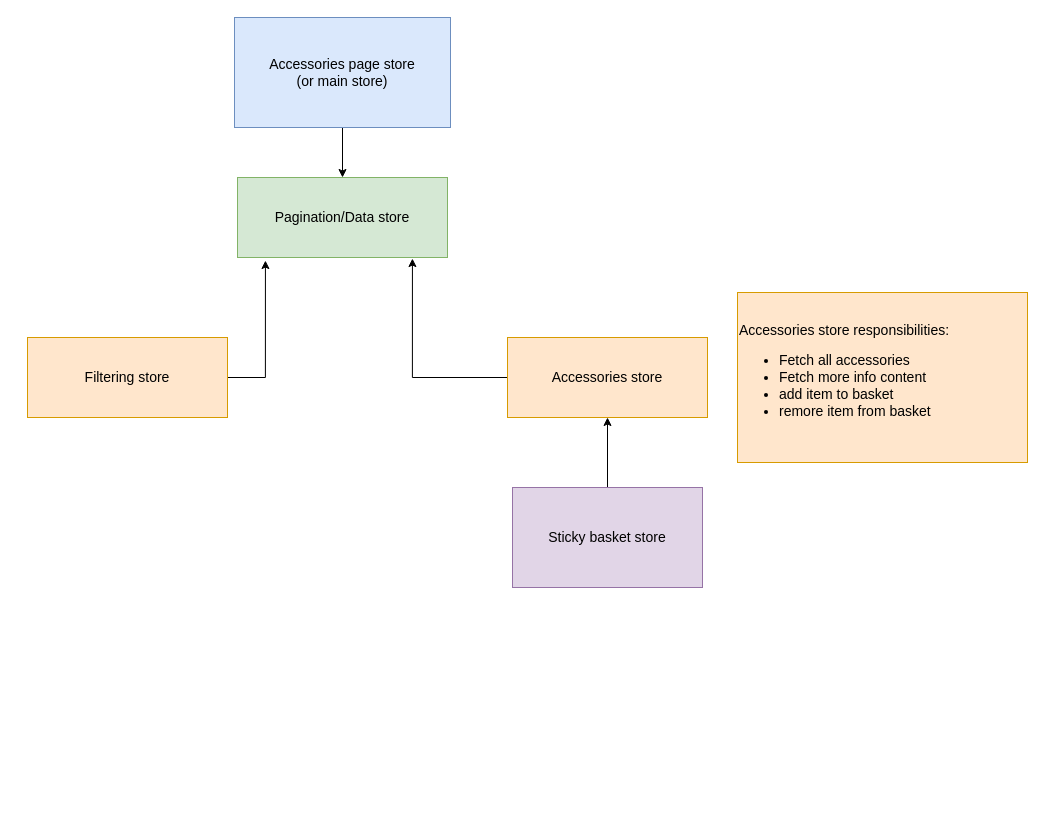
This is Untitled Diagram.drawio from silvanaweb/demo, a draw.io file, before an edit. Source tidied: cells renumbered, new cells numbered last; positions are measured from the earlier drawing's top-left corner, leaving out a move shared by most shapes. Both pictures are drawn from the tidied source at 100%, with x=0, y=0 at pixel (27, 17).
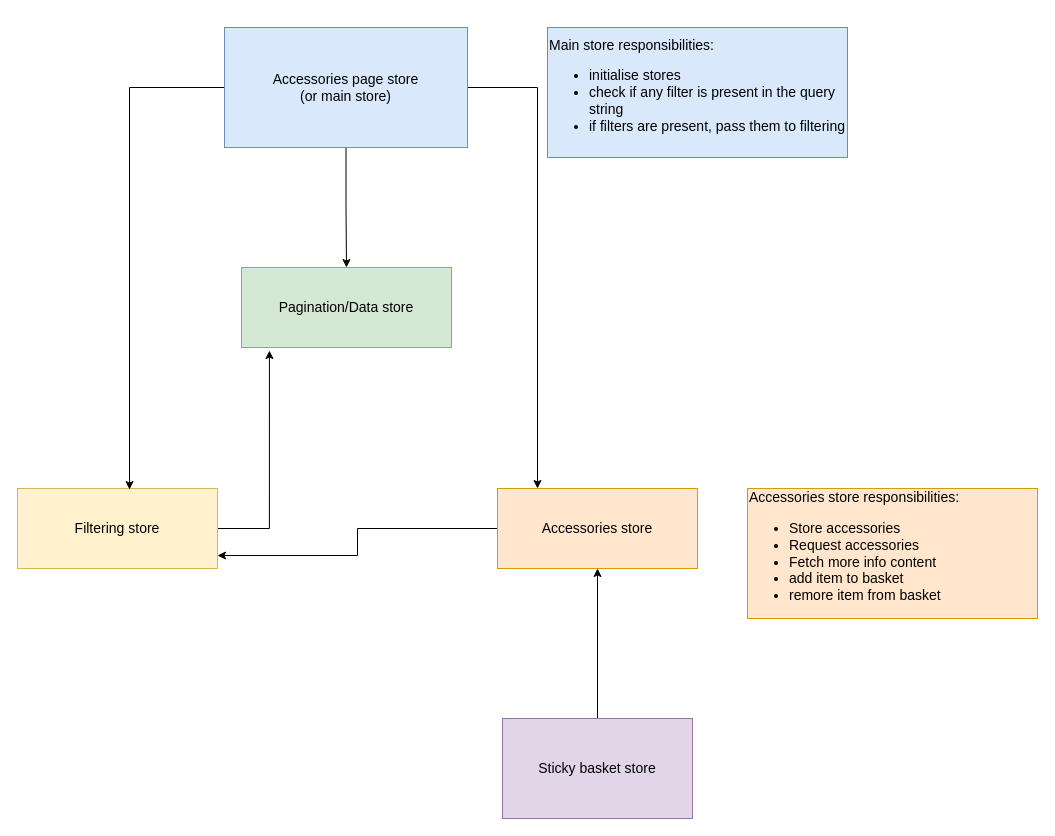
Above is the later version.

The edit, as a diff of the source:
```diff
@@
 <mxGraphModel>
   <root>
     <mxCell id="0" />
     <mxCell id="1" parent="0" />
     <mxCell id="2" value="Pagination/Data store" style="rounded=0;whiteSpace=wrap;html=1;fillColor=#d5e8d4;strokeColor=#82b366;fontSize=14;" parent="1" vertex="1">
-      <mxGeometry x="210" y="160" width="210" height="80" as="geometry" />
+      <mxGeometry x="214" y="250" width="210" height="80" as="geometry" />
     </mxCell>
     <mxCell id="3" style="edgeStyle=orthogonalEdgeStyle;rounded=0;jettySize=auto;html=1;entryX=0.133;entryY=1.038;entryDx=0;entryDy=0;entryPerimeter=0;" parent="1" edge="1" source="4" target="2">
       <mxGeometry relative="1" as="geometry" />
     </mxCell>
-    <mxCell id="4" value="Filtering store" style="rounded=0;whiteSpace=wrap;html=1;fillColor=#ffe6cc;strokeColor=#d79b00;fontSize=14;" parent="1" vertex="1">
-      <mxGeometry y="320" width="200" height="80" as="geometry" />
+    <mxCell id="4" value="Filtering store" style="rounded=0;whiteSpace=wrap;html=1;fillColor=#fff2cc;strokeColor=#d6b656;fontSize=14;" parent="1" vertex="1">
+      <mxGeometry x="-10" y="471" width="200" height="80" as="geometry" />
     </mxCell>
-    <mxCell id="5" style="edgeStyle=orthogonalEdgeStyle;rounded=0;jettySize=auto;html=1;entryX=0.833;entryY=1.013;entryDx=0;entryDy=0;entryPerimeter=0;" parent="1" edge="1" source="6" target="2">
+    <mxCell id="5" style="edgeStyle=orthogonalEdgeStyle;rounded=0;jettySize=auto;html=1;entryX=1;entryY=0.838;entryDx=0;entryDy=0;entryPerimeter=0;" parent="1" edge="1" source="6" target="4">
       <mxGeometry relative="1" as="geometry" />
     </mxCell>
     <mxCell id="6" value="Accessories store" style="rounded=0;whiteSpace=wrap;html=1;fillColor=#ffe6cc;strokeColor=#d79b00;fontSize=14;" parent="1" vertex="1">
-      <mxGeometry x="480" y="320" width="200" height="80" as="geometry" />
+      <mxGeometry x="470" y="471" width="200" height="80" as="geometry" />
     </mxCell>
-    <mxCell id="7" value="&lt;div&gt;&lt;span style=&quot;font-size: 14px&quot;&gt;Accessories store responsibilities:&lt;/span&gt;&lt;/div&gt;&lt;ul style=&quot;font-size: 14px&quot;&gt;&lt;li&gt;Fetch all accessories&lt;/li&gt;&lt;li&gt;Fetch more info content&lt;/li&gt;&lt;li&gt;add item to basket&lt;/li&gt;&lt;li&gt;remore item from basket&lt;/li&gt;&lt;/ul&gt;" style="text;html=1;strokeColor=#d79b00;fillColor=#ffe6cc;align=left;verticalAlign=middle;whiteSpace=wrap;rounded=0;" parent="1" vertex="1">
-      <mxGeometry x="710" y="275" width="290" height="170" as="geometry" />
+    <mxCell id="7" value="&lt;div&gt;&lt;span style=&quot;font-size: 14px&quot;&gt;Accessories store responsibilities:&lt;/span&gt;&lt;/div&gt;&lt;ul style=&quot;font-size: 14px&quot;&gt;&lt;li&gt;Store accessories&lt;/li&gt;&lt;li&gt;Request accessories&lt;/li&gt;&lt;li&gt;Fetch more info content&lt;/li&gt;&lt;li&gt;add item to basket&lt;/li&gt;&lt;li&gt;remore item from basket&lt;/li&gt;&lt;/ul&gt;" style="text;html=1;strokeColor=#d79b00;fillColor=#ffe6cc;align=left;verticalAlign=middle;whiteSpace=wrap;rounded=0;" parent="1" vertex="1">
+      <mxGeometry x="720" y="471" width="290" height="130" as="geometry" />
     </mxCell>
+    <mxCell id="12" style="edgeStyle=orthogonalEdgeStyle;rounded=0;jettySize=auto;html=1;entryX=0.56;entryY=0.013;entryDx=0;entryDy=0;entryPerimeter=0;fontSize=14;" parent="1" edge="1" source="9" target="4">
+      <mxGeometry relative="1" as="geometry" />
+    </mxCell>
-    <mxCell id="8" style="edgeStyle=orthogonalEdgeStyle;rounded=0;jettySize=auto;html=1;entryX=0.5;entryY=0;entryDx=0;entryDy=0;" parent="1" edge="1" source="9" target="2">
+    <mxCell id="8" style="edgeStyle=orthogonalEdgeStyle;rounded=0;jettySize=auto;html=1;exitX=0.5;exitY=1;exitDx=0;exitDy=0;entryX=0.5;entryY=0;entryDx=0;entryDy=0;fontSize=14;" parent="1" edge="1" source="9" target="2">
       <mxGeometry relative="1" as="geometry" />
     </mxCell>
+    <mxCell id="13" style="edgeStyle=orthogonalEdgeStyle;rounded=0;jettySize=auto;html=1;entryX=0.2;entryY=0;entryDx=0;entryDy=0;entryPerimeter=0;fontSize=14;" parent="1" edge="1" source="9" target="6">
+      <mxGeometry relative="1" as="geometry" />
+    </mxCell>
     <mxCell id="9" value="Accessories page store &lt;br style=&quot;font-size: 14px;&quot;&gt;(or main store)" style="rounded=0;whiteSpace=wrap;html=1;fillColor=#dae8fc;strokeColor=#6c8ebf;fontSize=14;" parent="1" vertex="1">
-      <mxGeometry x="207" width="216" height="110" as="geometry" />
+      <mxGeometry x="197" y="10" width="243" height="120" as="geometry" />
     </mxCell>
     <mxCell id="10" style="edgeStyle=orthogonalEdgeStyle;rounded=0;jettySize=auto;html=1;entryX=0.5;entryY=1;entryDx=0;entryDy=0;" parent="1" edge="1" source="11" target="6">
       <mxGeometry relative="1" as="geometry" />
     </mxCell>
     <mxCell id="11" value="Sticky basket store" style="rounded=0;whiteSpace=wrap;html=1;fillColor=#e1d5e7;strokeColor=#9673a6;fontSize=14;" parent="1" vertex="1">
-      <mxGeometry x="485" y="470" width="190" height="100" as="geometry" />
+      <mxGeometry x="475" y="701" width="190" height="100" as="geometry" />
     </mxCell>
+    <mxCell id="14" value="Main store responsibilities:&lt;br&gt;&lt;ul&gt;&lt;li&gt;initialise stores&lt;/li&gt;&lt;li&gt;check if any filter is present in the query string&lt;/li&gt;&lt;li&gt;if filters are present, pass them to filtering&lt;/li&gt;&lt;/ul&gt;" style="text;html=1;strokeColor=#6c8ebf;fillColor=#dae8fc;align=left;verticalAlign=middle;whiteSpace=wrap;rounded=0;fontSize=14;" parent="1" vertex="1">
+      <mxGeometry x="520" y="10" width="300" height="130" as="geometry" />
+    </mxCell>
   </root>
 </mxGraphModel>
```
